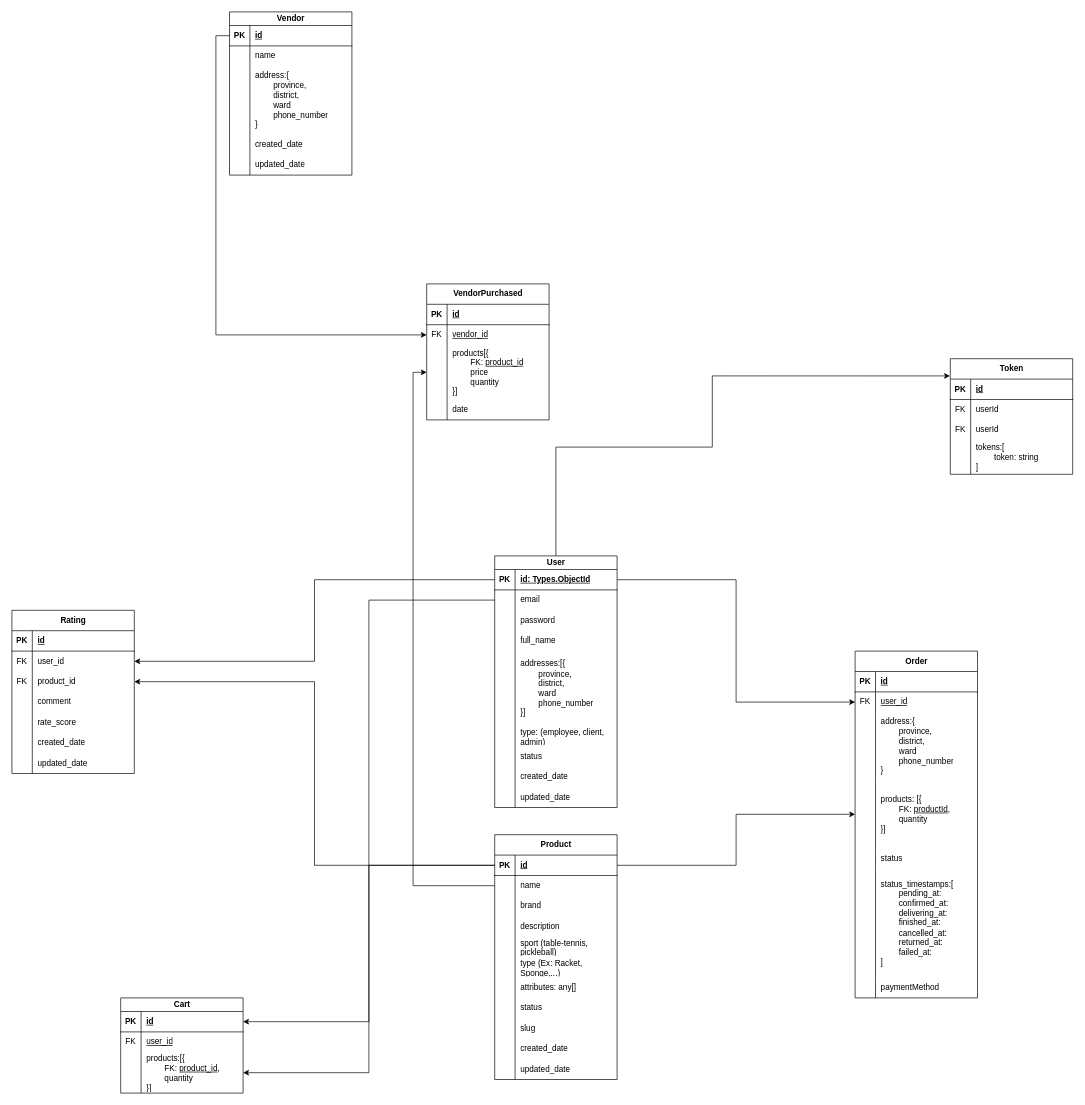
n0aHVN/TableTennisShop keeps this draw.io diagram as Document/ClassDiagram.drawio. Above is the earlier version. Source tidied: cells renumbered, new cells numbered last; positions are measured from the earlier drawing's top-left corner, leaving out a move shared by most shapes. Both pictures are drawn from the tidied source at 68%, with x=0, y=0 at pixel (12, 12).
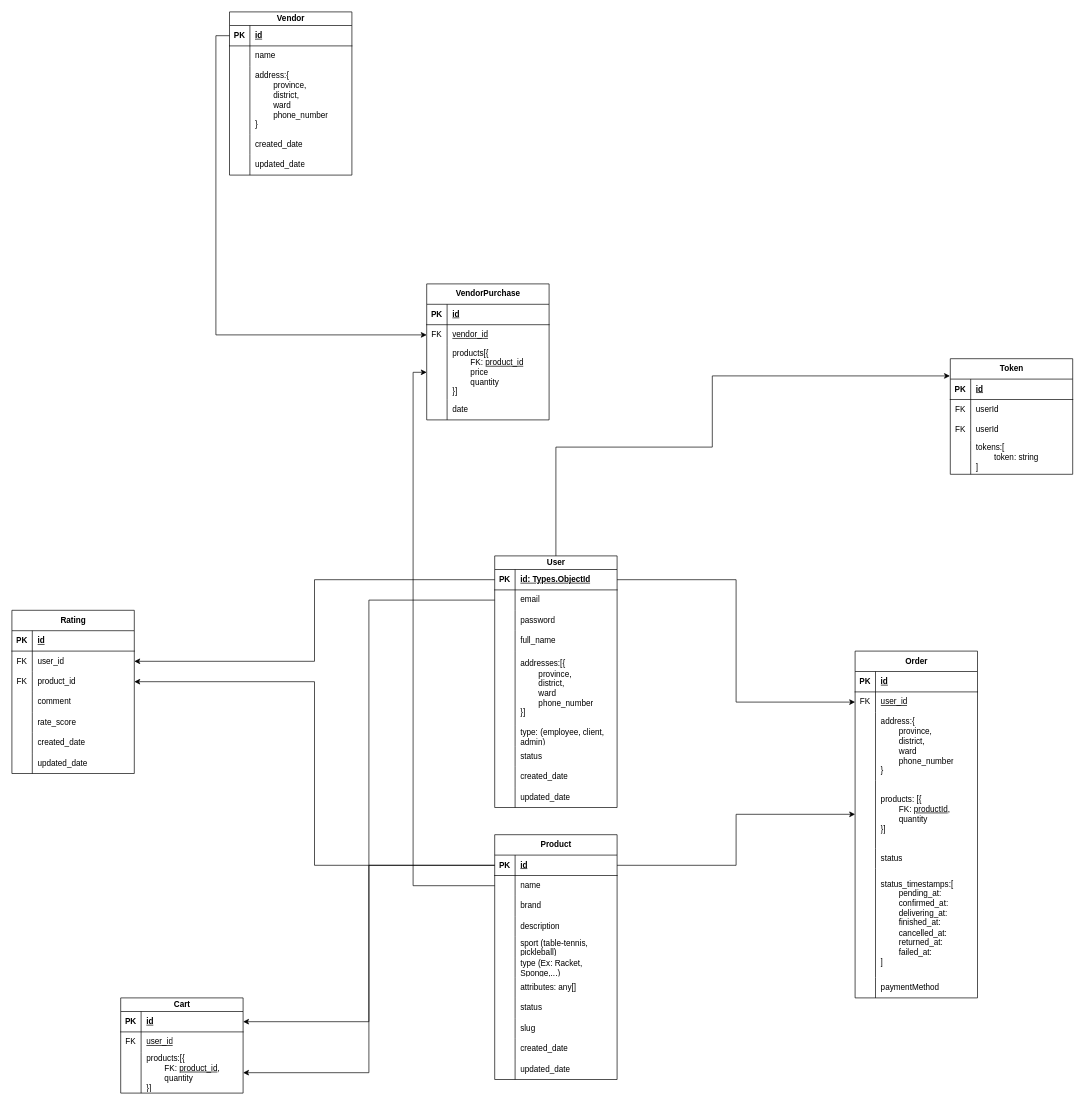
The same page after the edit.

The edit, as a diff of the source:
```diff
@@
-    <mxCell id="74" value="VendorPurchased" style="shape=table;startSize=30;childLayout=tableLayout;rowLines=0;fontStyle=1;align=center;html=1;" parent="1" vertex="1">
+    <mxCell id="74" value="VendorPurchase" style="shape=table;startSize=30;childLayout=tableLayout;rowLines=0;fontStyle=1;align=center;html=1;" parent="1" vertex="1">
       <mxGeometry x="610" y="400" width="180" height="200" as="geometry" />
     </mxCell>
```
